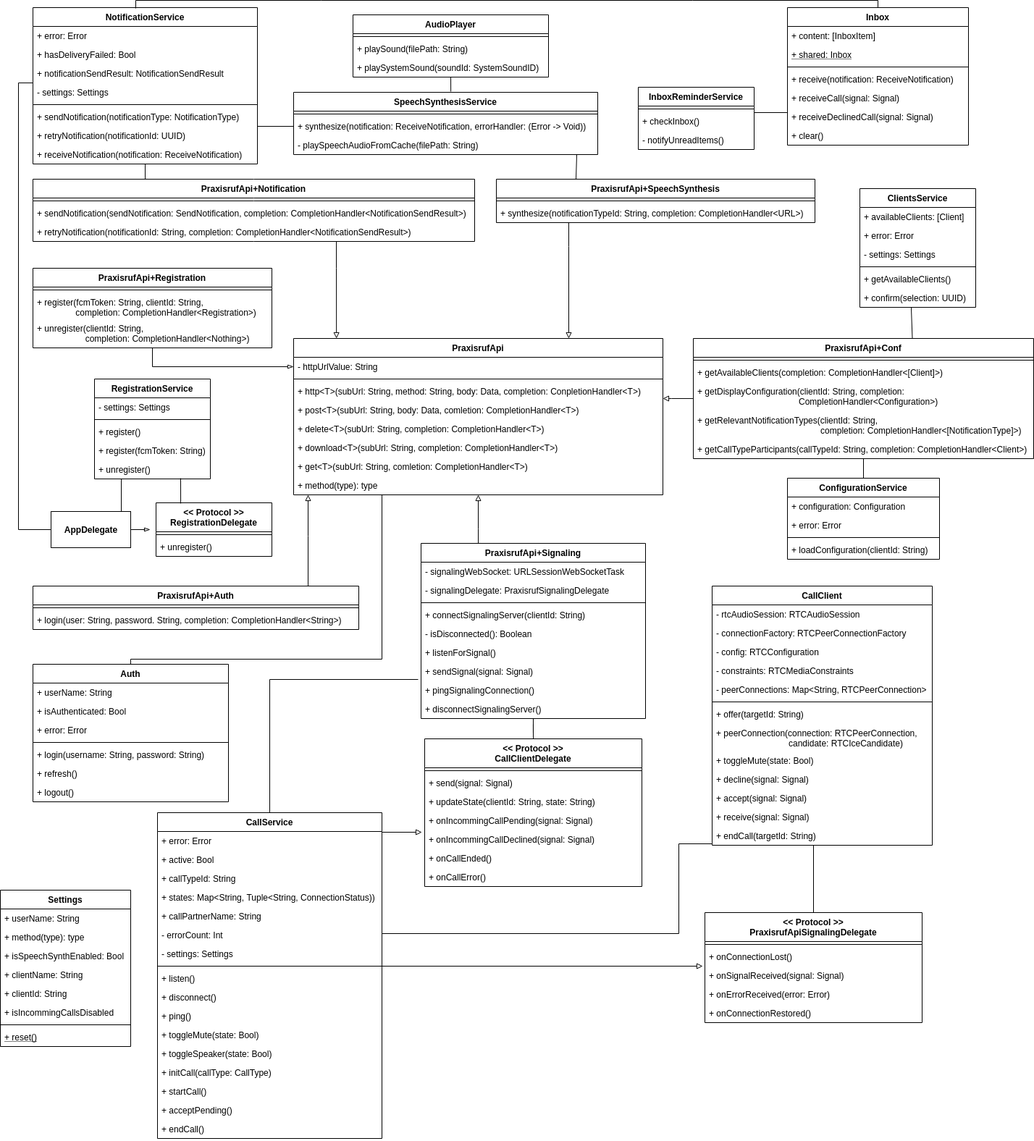
Above: src/graphics/diagramms/Class_Mobile_Client_Services.png in jsvilling/IP6_Bachelorarbeit_Bericht_Cloudbasiertes_Praxisrufsystem (draw.io), before the change. Source tidied: cells renumbered, new cells last; positions are measured from the earlier drawing's top-left corner, leaving out a move shared by most shapes.
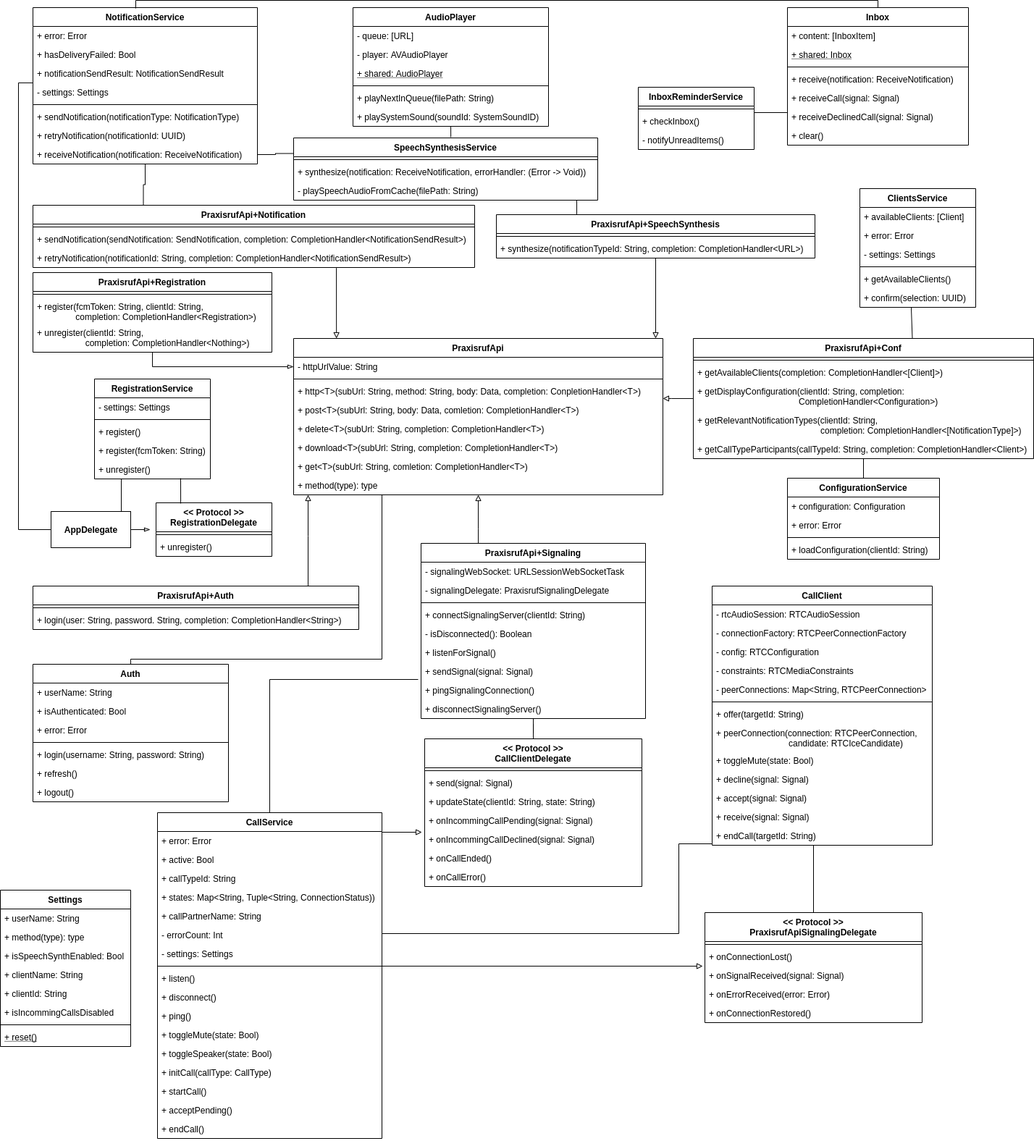
After the change.

Diff of the diagram source:
```diff
@@ -230,7 +230,7 @@
       <mxGeometry relative="1" as="geometry" />
     </mxCell>
     <mxCell id="69" value="PraxisrufApi+SpeechSynthesis" style="swimlane;fontStyle=1;align=center;verticalAlign=top;horizontal=1;startSize=26;" parent="1" vertex="1">
-      <mxGeometry x="685" y="247" width="440" height="60" as="geometry" />
+      <mxGeometry x="685" y="296" width="440" height="60" as="geometry" />
     </mxCell>
     <mxCell id="70" style="line;strokeWidth=1;fillColor=none;align=left;verticalAlign=middle;spacingTop=-1;spacingLeft=3;spacingRight=3;labelPosition=right;" parent="69" vertex="1">
       <mxGeometry y="26" width="440" height="8" as="geometry" />
@@ -262,7 +262,7 @@
       <mxGeometry relative="1" as="geometry" />
     </mxCell>
     <mxCell id="78" value="PraxisrufApi+Notification" style="swimlane;fontStyle=1;align=center;verticalAlign=top;horizontal=1;startSize=26;" parent="1" vertex="1">
-      <mxGeometry x="45" y="247" width="610" height="86" as="geometry" />
+      <mxGeometry x="45" y="283" width="610" height="86" as="geometry" />
     </mxCell>
     <mxCell id="79" style="line;strokeWidth=1;fillColor=none;align=left;verticalAlign=middle;spacingTop=-1;spacingLeft=3;spacingRight=3;labelPosition=right;" parent="78" vertex="1">
       <mxGeometry y="26" width="610" height="8" as="geometry" />
@@ -327,7 +327,7 @@
       <mxGeometry y="190" width="510" height="26" as="geometry" />
     </mxCell>
     <mxCell id="98" value="SpeechSynthesisService" style="swimlane;fontStyle=1;align=center;verticalAlign=top;horizontal=1;startSize=26;" parent="1" vertex="1">
-      <mxGeometry x="405" y="127" width="420" height="86" as="geometry" />
+      <mxGeometry x="405" y="190" width="420" height="86" as="geometry" />
     </mxCell>
     <mxCell id="99" style="line;strokeWidth=1;fillColor=none;align=left;verticalAlign=middle;spacingTop=-1;spacingLeft=3;spacingRight=3;labelPosition=right;" parent="98" vertex="1">
       <mxGeometry y="26" width="420" height="8" as="geometry" />
@@ -342,7 +342,7 @@
       <mxGeometry relative="1" as="geometry" />
     </mxCell>
     <mxCell id="103" value="PraxisrufApi+Registration" style="swimlane;fontStyle=1;align=center;verticalAlign=top;horizontal=1;startSize=26;" parent="1" vertex="1">
-      <mxGeometry x="45" y="370" width="330" height="110" as="geometry" />
+      <mxGeometry x="45" y="376" width="330" height="110" as="geometry" />
     </mxCell>
     <mxCell id="104" style="line;strokeWidth=1;fillColor=none;align=left;verticalAlign=middle;spacingTop=-1;spacingLeft=3;spacingRight=3;labelPosition=right;" parent="103" vertex="1">
       <mxGeometry y="26" width="330" height="8" as="geometry" />
@@ -381,16 +381,25 @@
       <mxGeometry y="190" width="310" height="26" as="geometry" />
     </mxCell>
     <mxCell id="116" value="AudioPlayer" style="swimlane;fontStyle=1;align=center;verticalAlign=top;horizontal=1;startSize=26;" parent="1" vertex="1">
-      <mxGeometry x="487" y="20" width="270" height="86" as="geometry" />
+      <mxGeometry x="487" y="10" width="270" height="164" as="geometry" />
     </mxCell>
+    <mxCell id="180" value="- queue: [URL]" style="text;strokeColor=none;fillColor=none;align=left;verticalAlign=top;spacingLeft=4;spacingRight=4;overflow=hidden;" parent="116" vertex="1">
+      <mxGeometry y="26" width="270" height="26" as="geometry" />
+    </mxCell>
+    <mxCell id="181" value="- player: AVAudioPlayer" style="text;strokeColor=none;fillColor=none;align=left;verticalAlign=top;spacingLeft=4;spacingRight=4;overflow=hidden;" parent="116" vertex="1">
+      <mxGeometry y="52" width="270" height="26" as="geometry" />
+    </mxCell>
+    <mxCell id="182" value="+ shared: AudioPlayer" style="text;strokeColor=none;fillColor=none;align=left;verticalAlign=top;spacingLeft=4;spacingRight=4;overflow=hidden;fontStyle=4;" parent="116" vertex="1">
+      <mxGeometry y="78" width="270" height="26" as="geometry" />
+    </mxCell>
     <mxCell id="117" style="line;strokeWidth=1;fillColor=none;align=left;verticalAlign=middle;spacingTop=-1;spacingLeft=3;spacingRight=3;labelPosition=right;" parent="116" vertex="1">
-      <mxGeometry y="26" width="270" height="8" as="geometry" />
+      <mxGeometry y="104" width="270" height="8" as="geometry" />
     </mxCell>
-    <mxCell id="118" value="+ playSound(filePath: String)" style="text;strokeColor=none;fillColor=none;align=left;verticalAlign=top;spacingLeft=4;spacingRight=4;overflow=hidden;" parent="116" vertex="1">
-      <mxGeometry y="34" width="270" height="26" as="geometry" />
+    <mxCell id="118" value="+ playNextInQueue(filePath: String)" style="text;strokeColor=none;fillColor=none;align=left;verticalAlign=top;spacingLeft=4;spacingRight=4;overflow=hidden;" parent="116" vertex="1">
+      <mxGeometry y="112" width="270" height="26" as="geometry" />
     </mxCell>
     <mxCell id="119" value="+ playSystemSound(soundId: SystemSoundID)" style="text;strokeColor=none;fillColor=none;align=left;verticalAlign=top;spacingLeft=4;spacingRight=4;overflow=hidden;points=[[0,0.5],[1,0.5]];portConstraint=eastwest;" parent="116" vertex="1">
-      <mxGeometry y="60" width="270" height="26" as="geometry" />
+      <mxGeometry y="138" width="270" height="26" as="geometry" />
     </mxCell>
     <mxCell id="120" value="ClientsService" style="swimlane;fontStyle=1;align=center;verticalAlign=top;horizontal=1;startSize=26;" parent="1" vertex="1">
       <mxGeometry x="1187" y="260" width="160" height="164" as="geometry" />
@@ -520,13 +529,6 @@
         <mxPoint x="1258" y="424" as="targetPoint" />
       </mxGeometry>
     </mxCell>
-    <mxCell id="160" style="edgeStyle=orthogonalEdgeStyle;rounded=0;jettySize=auto;html=1;exitX=1;exitY=0.5;exitDx=0;exitDy=0;startArrow=none;startFill=0;endArrow=none;endFill=0;" parent="1" edge="1" source="114" target="100">
-      <mxGeometry relative="1" as="geometry">
-        <Array as="points">
-          <mxPoint x="355" y="174" />
-        </Array>
-      </mxGeometry>
-    </mxCell>
     <mxCell id="161" style="endArrow=none;html=1;rounded=0;exitX=0.517;exitY=-0.012;exitDx=0;exitDy=0;exitPerimeter=0;" parent="1" edge="1" source="98" target="119">
       <mxGeometry relative="1" as="geometry" />
     </mxCell>
@@ -617,5 +619,8 @@
     <mxCell id="179" value="+ reset()" style="text;strokeColor=none;fillColor=none;align=left;verticalAlign=top;spacingLeft=4;spacingRight=4;overflow=hidden;fontStyle=4;" parent="171" vertex="1">
       <mxGeometry y="190" width="180" height="26" as="geometry" />
     </mxCell>
+    <mxCell id="183" style="edgeStyle=orthogonalEdgeStyle;rounded=0;jettySize=auto;html=1;entryX=0;entryY=0.25;entryDx=0;entryDy=0;endArrow=none;endFill=0;" parent="1" edge="1" source="115" target="98">
+      <mxGeometry relative="1" as="geometry" />
+    </mxCell>
   </root>
 </mxGraphModel>
```
